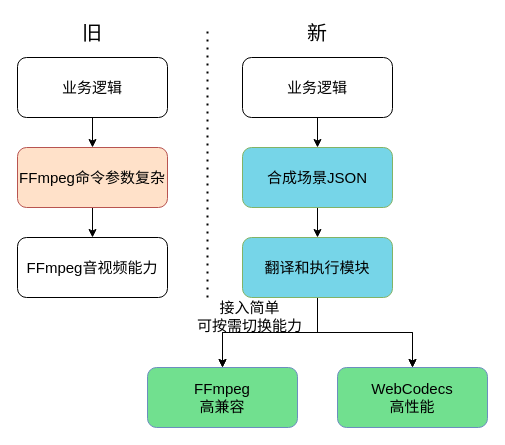
This is ffmpeg_json.drawio from lqt0223/diagrams, a draw.io file, before an edit. Source tidied: cells renumbered, new cells numbered last; positions are measured from the earlier drawing's top-left corner, leaving out a move shared by most shapes. Both pictures are drawn from the tidied source at 100%, with x=0, y=0 at pixel (17, 17).
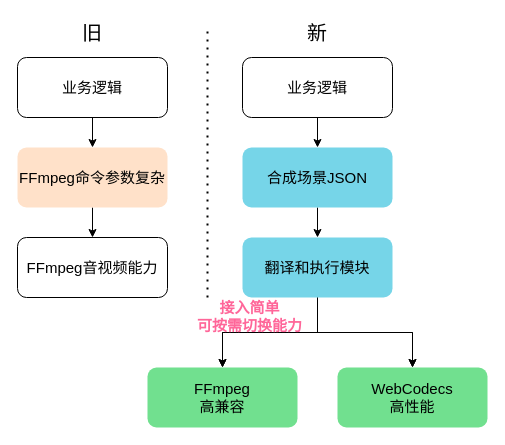
Above is the later version.

What changed in the source:
```diff
@@
-    <mxCell id="5" value="FFmpeg命令参数&lt;span style=&quot;background-color: initial;&quot;&gt;复杂&lt;/span&gt;" style="whiteSpace=wrap;html=1;rounded=1;fontSize=15;fillColor=#FFE1C9;strokeColor=#b85450;fontColor=#000000;" parent="1" vertex="1">
+    <mxCell id="5" value="FFmpeg命令参数&lt;span style=&quot;background-color: initial;&quot;&gt;复杂&lt;/span&gt;" style="whiteSpace=wrap;html=1;rounded=1;fontSize=15;fillColor=#FFE1C9;strokeColor=none;fontColor=#000000;" parent="1" vertex="1">
       <mxGeometry y="130" width="150" height="60" as="geometry" />
     </mxCell>
@@
-    <mxCell id="10" value="合成场景JSON" style="whiteSpace=wrap;html=1;rounded=1;fontSize=15;fillColor=#76D5E8;strokeColor=#82b366;fontColor=#000000;" parent="1" vertex="1">
+    <mxCell id="10" value="合成场景JSON" style="whiteSpace=wrap;html=1;rounded=1;fontSize=15;fillColor=#76D5E8;strokeColor=none;fontColor=#000000;" parent="1" vertex="1">
       <mxGeometry x="225" y="130" width="150" height="60" as="geometry" />
     </mxCell>
@@
-    <mxCell id="15" value="翻译和执行模块" style="whiteSpace=wrap;html=1;rounded=1;fontSize=15;fillColor=#76D5E8;strokeColor=#82b366;fontColor=#000000;" parent="1" vertex="1">
+    <mxCell id="15" value="翻译和执行模块" style="whiteSpace=wrap;html=1;rounded=1;fontSize=15;fillColor=#76D5E8;strokeColor=none;fontColor=#000000;" parent="1" vertex="1">
       <mxGeometry x="225" y="220" width="150" height="60" as="geometry" />
     </mxCell>
-    <mxCell id="16" value="FFmpeg&lt;div&gt;高兼容&lt;/div&gt;" style="whiteSpace=wrap;html=1;rounded=1;fontSize=15;fillColor=#71E08F;strokeColor=#6c8ebf;fontColor=#000000;" parent="1" vertex="1">
+    <mxCell id="16" value="FFmpeg&lt;div&gt;高兼容&lt;/div&gt;" style="whiteSpace=wrap;html=1;rounded=1;fontSize=15;fillColor=#71E08F;strokeColor=none;fontColor=#000000;" parent="1" vertex="1">
       <mxGeometry x="130" y="350" width="150" height="60" as="geometry" />
     </mxCell>
-    <mxCell id="17" value="WebCodecs&lt;div&gt;高性能&lt;/div&gt;" style="whiteSpace=wrap;html=1;rounded=1;fontSize=15;fillColor=#71E08F;strokeColor=#6c8ebf;fontColor=#000000;" parent="1" vertex="1">
+    <mxCell id="17" value="WebCodecs&lt;div&gt;高性能&lt;/div&gt;" style="whiteSpace=wrap;html=1;rounded=1;fontSize=15;fillColor=#71E08F;strokeColor=none;fontColor=#000000;" parent="1" vertex="1">
       <mxGeometry x="320" y="350" width="150" height="60" as="geometry" />
     </mxCell>
@@
-    <mxCell id="20" value="接入简单&lt;div&gt;可按需切换能力&lt;/div&gt;" style="text;html=1;align=center;verticalAlign=middle;whiteSpace=wrap;rounded=0;fontSize=15;" parent="1" vertex="1">
+    <mxCell id="20" value="&lt;b&gt;&lt;font color=&quot;#ff6699&quot;&gt;接入简单&lt;/font&gt;&lt;/b&gt;&lt;div&gt;&lt;b&gt;&lt;font color=&quot;#ff6699&quot;&gt;可按需切换能力&lt;/font&gt;&lt;/b&gt;&lt;/div&gt;" style="text;html=1;align=center;verticalAlign=middle;whiteSpace=wrap;rounded=0;fontSize=15;" parent="1" vertex="1">
       <mxGeometry x="175" y="284" width="115" height="30" as="geometry" />
     </mxCell>
```
